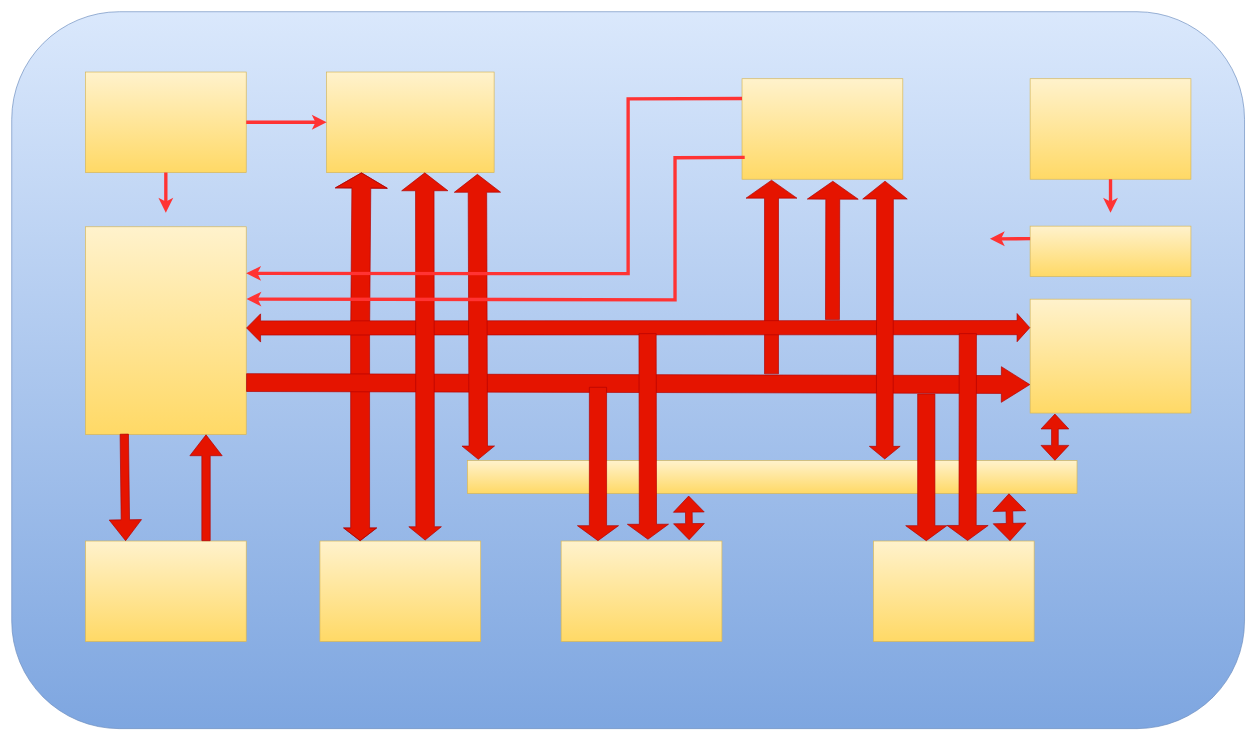
Above: Untitled Diagram.drawio in NeroKai/coursera-test (draw.io), before the change. Source tidied: cells renumbered, new cells numbered last; positions are measured from the earlier drawing's top-left corner, leaving out a move shared by most shapes. Both pictures are drawn from the tidied source at 67%, with x=0, y=0 at pixel (11, 11).
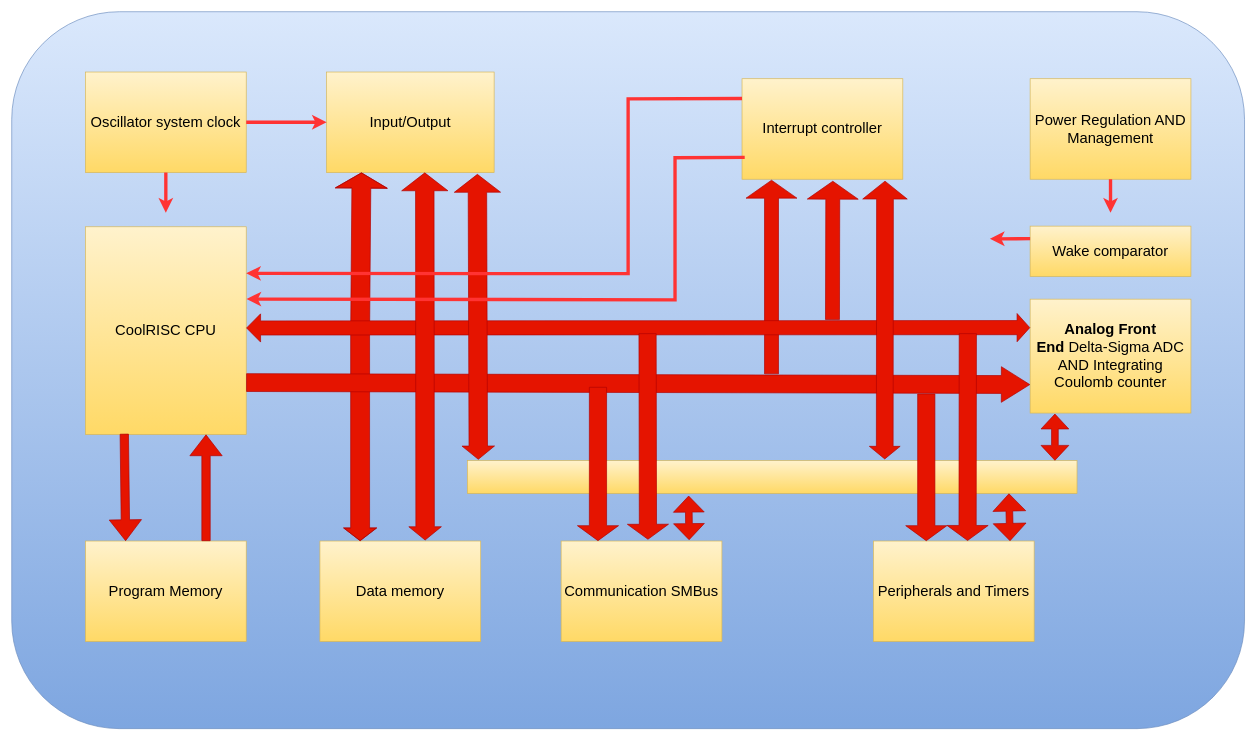
Above is the later version.

Change to the diagram source:
```diff
@@
-    <mxCell id="3" style="rounded=0;whiteSpace=wrap;html=1;fillColor=#fff2cc;gradientColor=#ffd966;strokeColor=#d6b656;" parent="1" vertex="1">
+    <mxCell id="3" value="&lt;font style=&quot;font-size: 22px&quot;&gt;Oscillator system clock&lt;/font&gt;" style="rounded=0;whiteSpace=wrap;html=1;fillColor=#fff2cc;gradientColor=#ffd966;strokeColor=#d6b656;" parent="1" vertex="1">
       <mxGeometry x="110" y="90" width="240" height="150" as="geometry" />
     </mxCell>
-    <mxCell id="4" style="rounded=0;whiteSpace=wrap;html=1;fillColor=#fff2cc;gradientColor=#ffd966;strokeColor=#d6b656;" parent="1" vertex="1">
+    <mxCell id="4" value="&lt;font style=&quot;font-size: 22px&quot;&gt;CoolRISC CPU&lt;/font&gt;" style="rounded=0;whiteSpace=wrap;html=1;fillColor=#fff2cc;gradientColor=#ffd966;strokeColor=#d6b656;" parent="1" vertex="1">
       <mxGeometry x="110" y="321" width="240" height="310" as="geometry" />
     </mxCell>
-    <mxCell id="5" style="rounded=0;whiteSpace=wrap;html=1;fillColor=#fff2cc;gradientColor=#ffd966;strokeColor=#d6b656;" parent="1" vertex="1">
+    <mxCell id="5" value="&lt;font style=&quot;font-size: 22px&quot;&gt;Program Memory&lt;/font&gt;" style="rounded=0;whiteSpace=wrap;html=1;fillColor=#fff2cc;gradientColor=#ffd966;strokeColor=#d6b656;" parent="1" vertex="1">
       <mxGeometry x="110" y="790" width="240" height="150" as="geometry" />
     </mxCell>
-    <mxCell id="6" style="rounded=0;whiteSpace=wrap;html=1;fillColor=#fff2cc;gradientColor=#ffd966;strokeColor=#d6b656;" parent="1" vertex="1">
+    <mxCell id="6" value="&lt;span style=&quot;font-size: 22px&quot;&gt;Data memory&lt;/span&gt;" style="rounded=0;whiteSpace=wrap;html=1;fillColor=#fff2cc;gradientColor=#ffd966;strokeColor=#d6b656;" parent="1" vertex="1">
       <mxGeometry x="460" y="790" width="240" height="150" as="geometry" />
     </mxCell>
-    <mxCell id="7" style="rounded=0;whiteSpace=wrap;html=1;fillColor=#fff2cc;gradientColor=#ffd966;strokeColor=#d6b656;" parent="1" vertex="1">
+    <mxCell id="7" value="&lt;font style=&quot;font-size: 22px&quot;&gt;Communication SMBus&lt;/font&gt;" style="rounded=0;whiteSpace=wrap;html=1;fillColor=#fff2cc;gradientColor=#ffd966;strokeColor=#d6b656;" parent="1" vertex="1">
       <mxGeometry x="820" y="790" width="240" height="150" as="geometry" />
     </mxCell>
-    <mxCell id="8" style="rounded=0;whiteSpace=wrap;html=1;fillColor=#fff2cc;gradientColor=#ffd966;strokeColor=#d6b656;" parent="1" vertex="1">
+    <mxCell id="8" value="&lt;font style=&quot;font-size: 22px&quot;&gt;Peripherals and Timers&lt;/font&gt;" style="rounded=0;whiteSpace=wrap;html=1;fillColor=#fff2cc;gradientColor=#ffd966;strokeColor=#d6b656;" parent="1" vertex="1">
       <mxGeometry x="1286" y="790" width="240" height="150" as="geometry" />
     </mxCell>
-    <mxCell id="9" style="rounded=0;whiteSpace=wrap;html=1;fillColor=#fff2cc;gradientColor=#ffd966;strokeColor=#d6b656;" parent="1" vertex="1">
+    <mxCell id="9" value="&lt;font style=&quot;font-size: 22px&quot;&gt;Input/Output&lt;/font&gt;" style="rounded=0;whiteSpace=wrap;html=1;fillColor=#fff2cc;gradientColor=#ffd966;strokeColor=#d6b656;" parent="1" vertex="1">
       <mxGeometry x="470" y="90" width="250" height="150" as="geometry" />
     </mxCell>
-    <mxCell id="10" style="rounded=0;whiteSpace=wrap;html=1;fillColor=#fff2cc;gradientColor=#ffd966;strokeColor=#d6b656;" parent="1" vertex="1">
+    <mxCell id="10" value="&lt;font style=&quot;font-size: 22px&quot;&gt;Interrupt controller&lt;/font&gt;" style="rounded=0;whiteSpace=wrap;html=1;fillColor=#fff2cc;gradientColor=#ffd966;strokeColor=#d6b656;" parent="1" vertex="1">
       <mxGeometry x="1090" y="100" width="240" height="150" as="geometry" />
     </mxCell>
-    <mxCell id="11" style="rounded=0;whiteSpace=wrap;html=1;fillColor=#fff2cc;gradientColor=#ffd966;strokeColor=#d6b656;" parent="1" vertex="1">
+    <mxCell id="11" value="&lt;font style=&quot;font-size: 22px&quot;&gt;Power Regulation AND Management&lt;/font&gt;" style="rounded=0;whiteSpace=wrap;html=1;fillColor=#fff2cc;gradientColor=#ffd966;strokeColor=#d6b656;" parent="1" vertex="1">
       <mxGeometry x="1520" y="100" width="240" height="150" as="geometry" />
     </mxCell>
-    <mxCell id="12" style="rounded=0;whiteSpace=wrap;html=1;fillColor=#fff2cc;gradientColor=#ffd966;strokeColor=#d6b656;" parent="1" vertex="1">
+    <mxCell id="12" value="&lt;font style=&quot;font-size: 22px&quot;&gt;&lt;b&gt;Analog Front End&lt;/b&gt;&amp;nbsp;Delta-Sigma ADC&lt;br&gt;AND Integrating Coulomb counter&lt;br&gt;&lt;/font&gt;" style="rounded=0;whiteSpace=wrap;html=1;fillColor=#fff2cc;gradientColor=#ffd966;strokeColor=#d6b656;" parent="1" vertex="1">
       <mxGeometry x="1520" y="429" width="240" height="170" as="geometry" />
     </mxCell>
-    <mxCell id="13" style="rounded=0;whiteSpace=wrap;html=1;fillColor=#fff2cc;gradientColor=#ffd966;strokeColor=#d6b656;" parent="1" vertex="1">
+    <mxCell id="13" value="&lt;font style=&quot;font-size: 22px&quot;&gt;Wake comparator&lt;/font&gt;" style="rounded=0;whiteSpace=wrap;html=1;fillColor=#fff2cc;gradientColor=#ffd966;strokeColor=#d6b656;" parent="1" vertex="1">
       <mxGeometry x="1520" y="320" width="240" height="75" as="geometry" />
     </mxCell>
```
